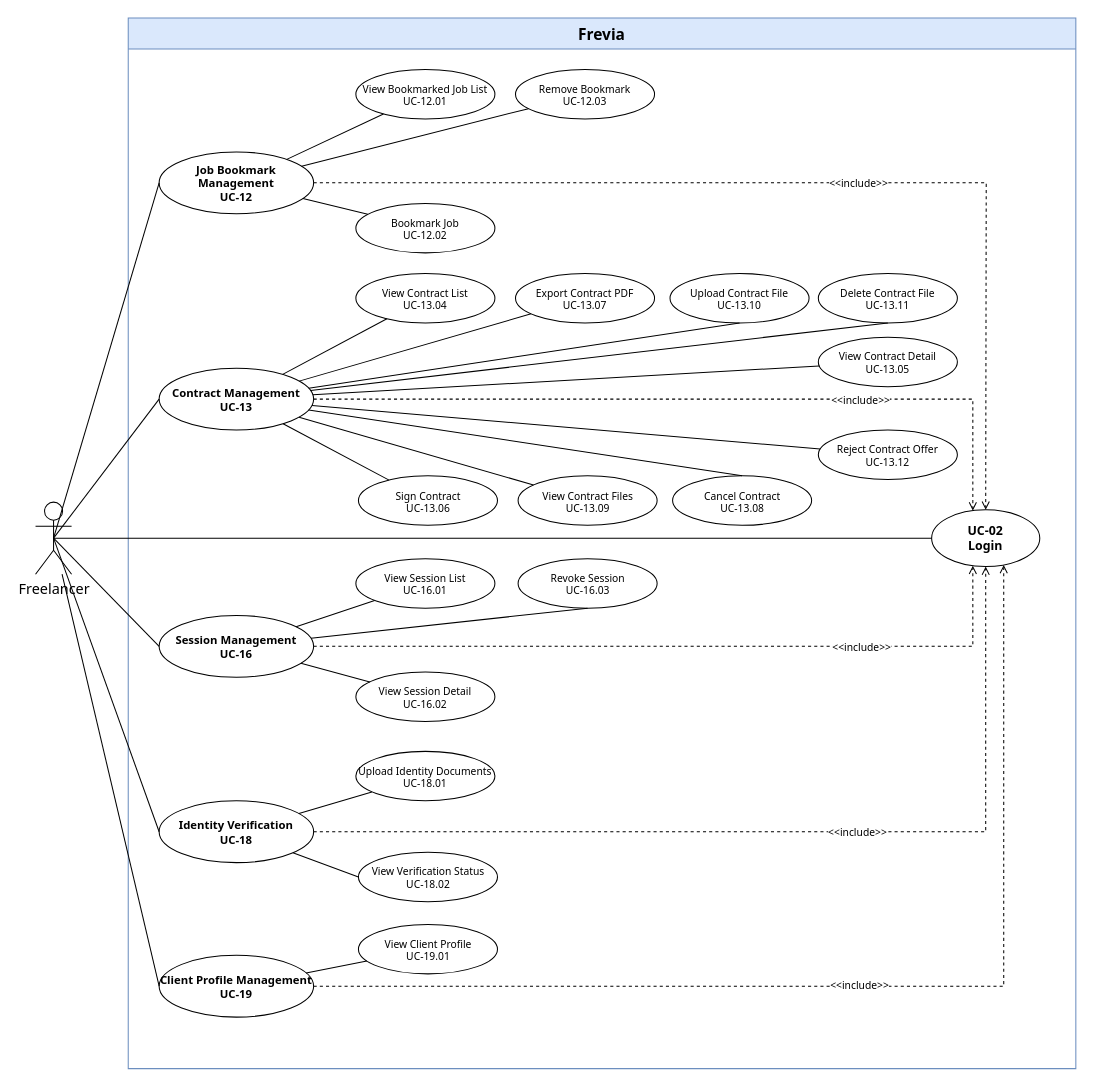
Above: page "Freelancer 3/7" (3 of 7) of uc-diagrams/Freelancer.drawio in Thunggg/Frevia (draw.io), before the change. Source tidied: cells renumbered, new cells numbered last; positions are measured from the earlier drawing's top-left corner, leaving out a move shared by most shapes. Both pictures are drawn from the tidied source at 103%, with x=0, y=0 at pixel (35, 18).
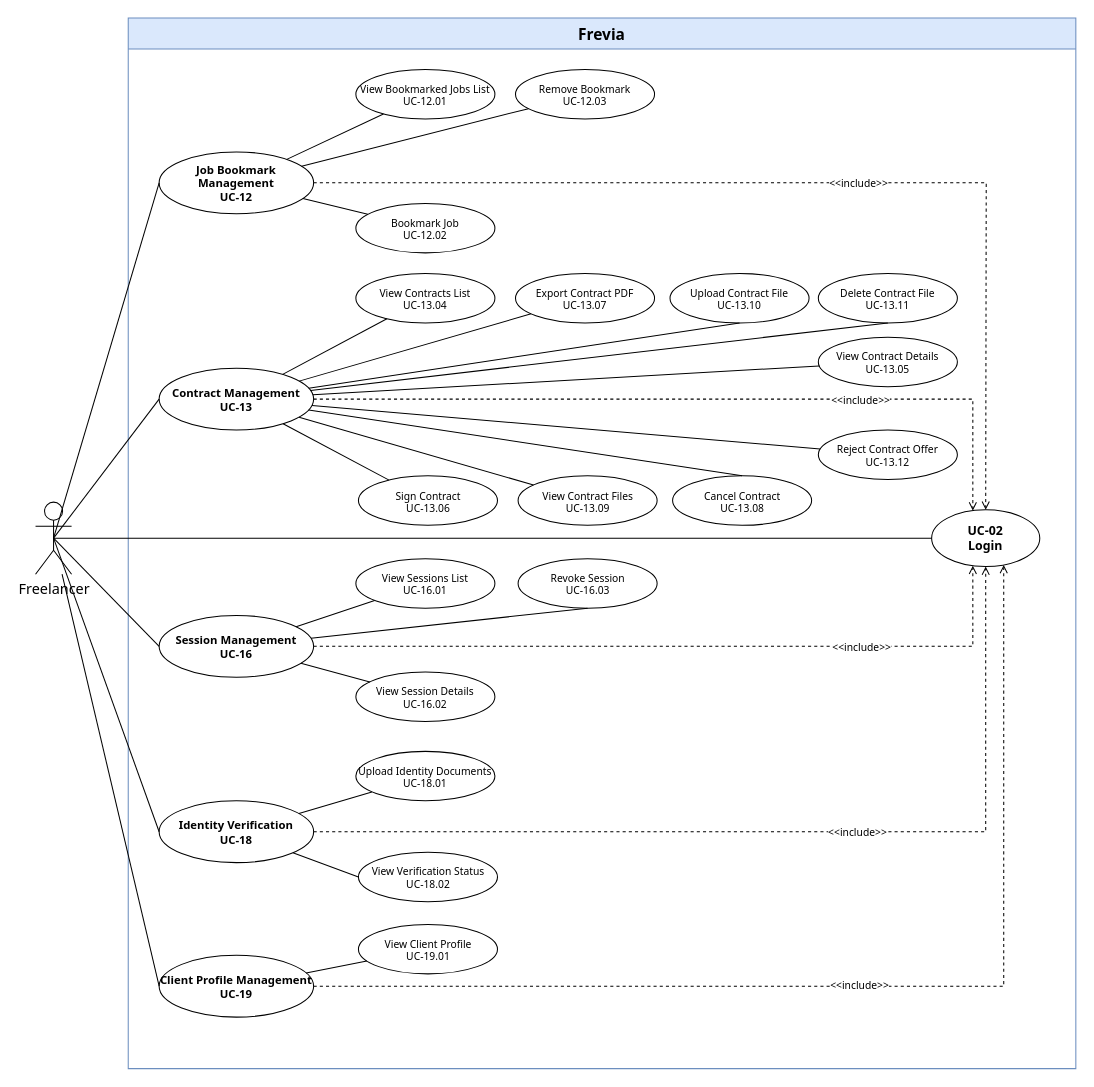
The same diagram, later.

The change refers to these unchanged cells:
```xml
<mxCell id="2" value="Frevia" style="swimlane;whiteSpace=wrap;html=1;startSize=30;fontSize=15;fontFamily=Tahoma;fontStyle=1;fillColor=#dae8fc;strokeColor=#6c8ebf;" parent="1" vertex="1">
  <mxGeometry x="90" width="920" height="1020" as="geometry" />
</mxCell>
```

Diff of the diagram source:
```diff
@@
-    <mxCell id="5" value="View Bookmarked Job List&#10;UC-12.01" style="ellipse;whiteSpace=wrap;html=1;fontSize=10;fontFamily=Tahoma;fillColor=#ffffff;strokeColor=#000000;" parent="2" vertex="1">
+    <mxCell id="5" value="View Bookmarked Jobs List&#10;UC-12.01" style="ellipse;whiteSpace=wrap;html=1;fontSize=10;fontFamily=Tahoma;fillColor=#ffffff;strokeColor=#000000;" parent="2" vertex="1">
       <mxGeometry x="221" y="50" width="135" height="48" as="geometry" />
     </mxCell>
@@
-    <mxCell id="12" value="View Contract List&#10;UC-13.04" style="ellipse;whiteSpace=wrap;html=1;fontSize=10;fontFamily=Tahoma;fillColor=#ffffff;strokeColor=#000000;" parent="2" vertex="1">
+    <mxCell id="12" value="View Contracts List&#10;UC-13.04" style="ellipse;whiteSpace=wrap;html=1;fontSize=10;fontFamily=Tahoma;fillColor=#ffffff;strokeColor=#000000;" parent="2" vertex="1">
       <mxGeometry x="221" y="248" width="135" height="48" as="geometry" />
     </mxCell>
-    <mxCell id="13" value="View Contract Detail&#10;UC-13.05" style="ellipse;whiteSpace=wrap;html=1;fontSize=10;fontFamily=Tahoma;fillColor=#ffffff;strokeColor=#000000;" parent="2" vertex="1">
+    <mxCell id="13" value="View Contract Details&#10;UC-13.05" style="ellipse;whiteSpace=wrap;html=1;fontSize=10;fontFamily=Tahoma;fillColor=#ffffff;strokeColor=#000000;" parent="2" vertex="1">
       <mxGeometry x="670" y="310" width="135" height="48" as="geometry" />
     </mxCell>
@@
-    <mxCell id="27" value="View Session List&#10;UC-16.01" style="ellipse;whiteSpace=wrap;html=1;fontSize=10;fontFamily=Tahoma;fillColor=#ffffff;strokeColor=#000000;" parent="2" vertex="1">
+    <mxCell id="27" value="View Sessions List&#10;UC-16.01" style="ellipse;whiteSpace=wrap;html=1;fontSize=10;fontFamily=Tahoma;fillColor=#ffffff;strokeColor=#000000;" parent="2" vertex="1">
       <mxGeometry x="221" y="525" width="135" height="48" as="geometry" />
     </mxCell>
-    <mxCell id="28" value="View Session Detail&#10;UC-16.02" style="ellipse;whiteSpace=wrap;html=1;fontSize=10;fontFamily=Tahoma;fillColor=#ffffff;strokeColor=#000000;" parent="2" vertex="1">
+    <mxCell id="28" value="View Session Details&#10;UC-16.02" style="ellipse;whiteSpace=wrap;html=1;fontSize=10;fontFamily=Tahoma;fillColor=#ffffff;strokeColor=#000000;" parent="2" vertex="1">
       <mxGeometry x="221" y="635" width="135" height="48" as="geometry" />
     </mxCell>
```
